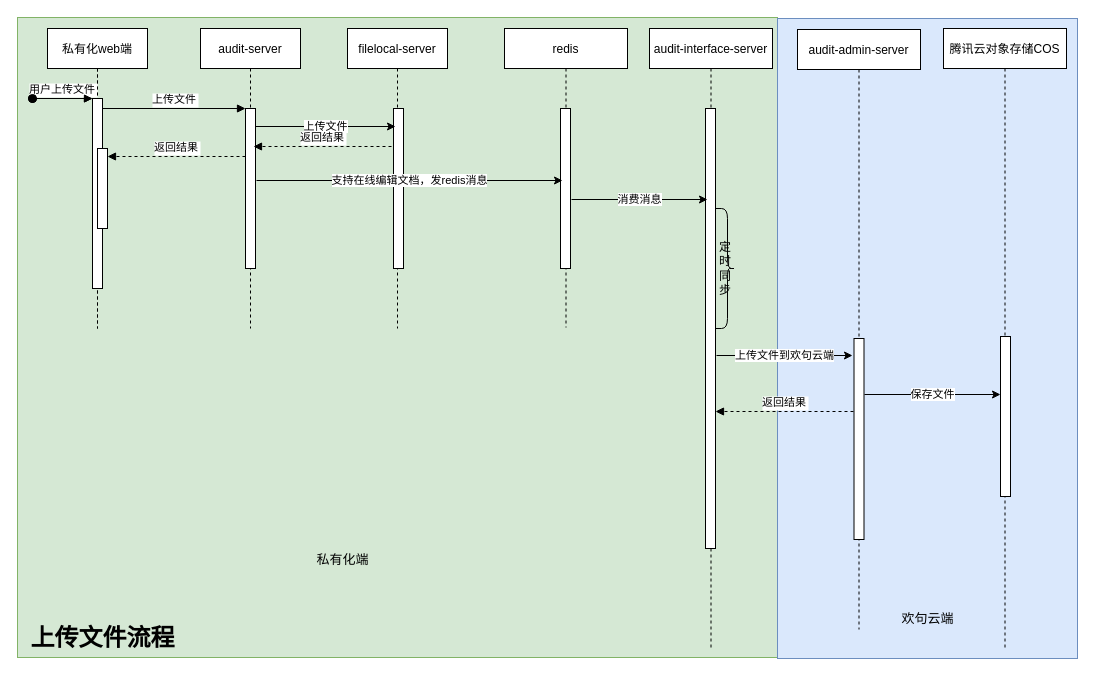
liufbox/doc keeps this draw.io diagram as computer/adfile3.drawio. Above is the earlier version. Source tidied: cells renumbered, new cells numbered last; positions are measured from the earlier drawing's top-left corner, leaving out a move shared by most shapes. Both pictures are drawn from the tidied source at 100%, with x=0, y=0 at pixel (17, 17).
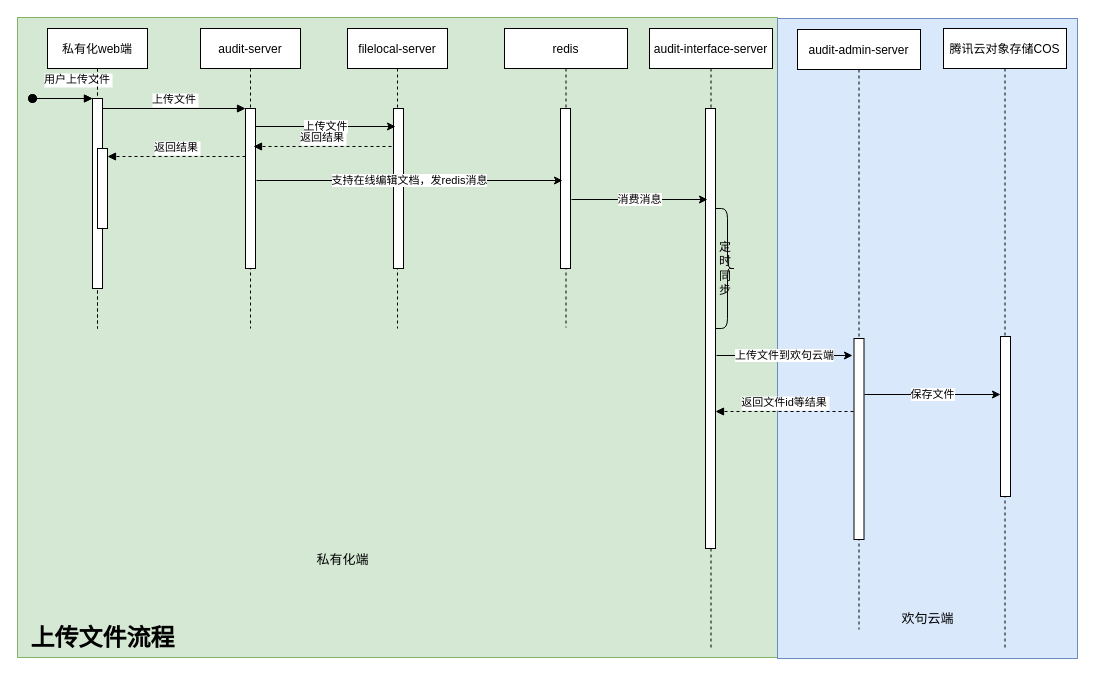
The same page after the edit.

The change refers to these unchanged cells:
```xml
<mxCell id="4" value="私有化web端" style="shape=umlLifeline;perimeter=lifelinePerimeter;rounded=0;shadow=0;strokeWidth=1;" parent="1" vertex="1">
  <mxGeometry x="30" y="11" width="100" height="300" as="geometry" />
</mxCell>
<mxCell id="5" style="points=[];perimeter=orthogonalPerimeter;rounded=0;shadow=0;strokeWidth=1;" parent="4" vertex="1">
  <mxGeometry x="45" y="70" width="10" height="190" as="geometry" />
</mxCell>
```

Diff of the diagram source:
```diff
@@
     <mxCell id="6" value="用户上传文件" style="verticalAlign=bottom;startArrow=oval;endArrow=block;startSize=8;shadow=0;strokeWidth=1;" parent="4" edge="1" target="5">
-      <mxGeometry relative="1" as="geometry">
+      <mxGeometry x="0.5" y="10" relative="1" as="geometry">
         <mxPoint x="-15" y="70" as="sourcePoint" />
       </mxGeometry>
     </mxCell>
@@
-    <mxCell id="33" value="返回结果" style="verticalAlign=bottom;endArrow=block;entryX=1;entryY=0;shadow=0;strokeWidth=1;dashed=1;" parent="1" edge="1">
+    <mxCell id="33" value="返回文件id等结果" style="verticalAlign=bottom;endArrow=block;entryX=1;entryY=0;shadow=0;strokeWidth=1;dashed=1;" parent="1" edge="1">
       <mxGeometry relative="1" as="geometry">
         <mxPoint x="836" y="394" as="sourcePoint" />
         <mxPoint x="698" y="394" as="targetPoint" />
       </mxGeometry>
     </mxCell>
```
